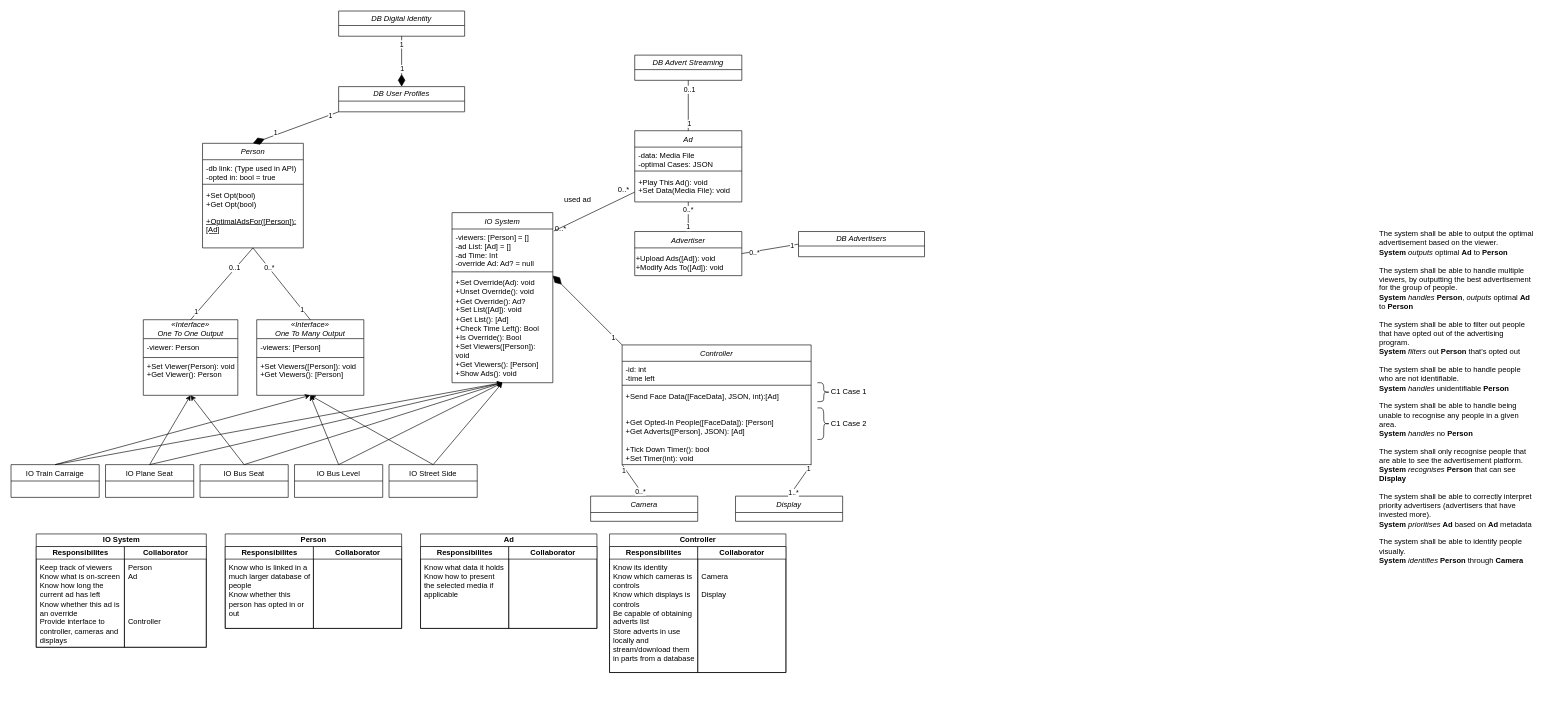
This is page "Page-1" (1 of 2) of class-diagram.drawio from pseud0n/sepp-diagrams, a draw.io file, before an edit. Source tidied: cells renumbered, new cells numbered last; positions are measured from the earlier drawing's top-left corner, leaving out a move shared by most shapes. Both pictures are drawn from the tidied source at 63%, with x=0, y=0 at pixel (11, 11).
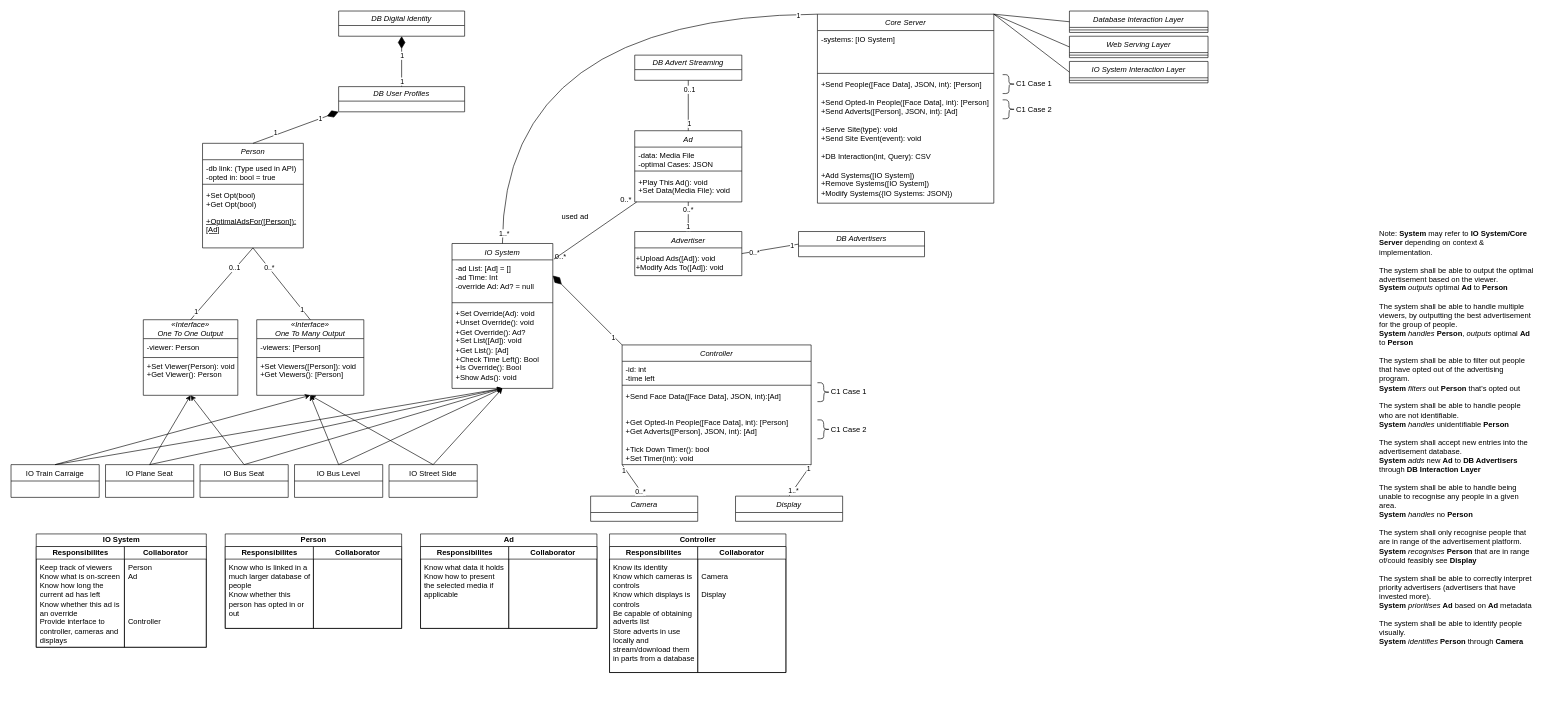
The same diagram, later.

Unchanged cells that the change refers to:
```xml
<mxCell id="14" value="Person" style="swimlane;fontStyle=2;align=center;verticalAlign=top;horizontal=1;startSize=26;rounded=0;shadow=0;strokeWidth=1;" parent="1" vertex="1">
  <mxGeometry x="304" y="210" width="160" height="166" as="geometry" />
</mxCell>
<mxCell id="57" value="Controller" style="swimlane;fontStyle=2;align=center;verticalAlign=top;horizontal=1;startSize=26;rounded=0;shadow=0;strokeWidth=1;" parent="1" vertex="1">
  <mxGeometry x="970" y="530" width="300" height="190" as="geometry" />
</mxCell>
<mxCell id="68" style="endArrow=none;html=1;rounded=0;startSize=17;sourcePerimeterSpacing=20;targetPerimeterSpacing=20;exitX=0.5;exitY=0;exitDx=0;exitDy=0;entryX=1;entryY=1;entryDx=0;entryDy=0;" parent="1" edge="1" source="62" target="57">
  <mxGeometry relative="1" as="geometry" />
</mxCell>
<mxCell id="88" value="&lt;i style=&quot;font-weight: normal;&quot;&gt;DB User Profiles&lt;/i&gt;" style="swimlane;whiteSpace=wrap;html=1;" parent="1" vertex="1">
  <mxGeometry x="520" y="120" width="200" height="40" as="geometry" />
</mxCell>
<mxCell id="89" value="&lt;i style=&quot;font-weight: normal;&quot;&gt;DB Digital Identity&lt;/i&gt;" style="swimlane;whiteSpace=wrap;html=1;" parent="1" vertex="1">
  <mxGeometry x="520" width="200" height="40" as="geometry" />
</mxCell>
```

The edit, as a diff of the source:
```diff
@@
     <mxCell id="2" value="IO System" style="swimlane;fontStyle=2;align=center;verticalAlign=top;horizontal=1;startSize=26;rounded=0;shadow=0;strokeWidth=1;" parent="1" vertex="1">
-      <mxGeometry x="700" y="320" width="160" height="270" as="geometry" />
+      <mxGeometry x="700" y="369" width="160" height="230" as="geometry" />
     </mxCell>
-    <mxCell id="3" value="-viewers: [Person] = []&#10;-ad List: [Ad] = []&#10;-ad Time: Int&#10;-override Ad: Ad? = null&#10;" style="text;align=left;verticalAlign=top;spacingLeft=4;spacingRight=4;overflow=hidden;" parent="2" vertex="1">
+    <mxCell id="3" value="-ad List: [Ad] = []&#10;-ad Time: Int&#10;-override Ad: Ad? = null&#10;" style="text;align=left;verticalAlign=top;spacingLeft=4;spacingRight=4;overflow=hidden;" parent="2" vertex="1">
       <mxGeometry y="26" width="160" height="64" as="geometry" />
     </mxCell>
@@
-    <mxCell id="5" value="+Set Override(Ad): void&lt;br&gt;&lt;div&gt;+Unset Override(): void&lt;/div&gt;&lt;div&gt;+Get Override(): Ad?&lt;br&gt;&lt;/div&gt;&lt;div&gt;+Set List([Ad]): void&lt;/div&gt;&lt;div&gt;+Get List(): [Ad]&lt;/div&gt;&lt;div&gt;+Check Time Left(): Bool&lt;/div&gt;&lt;div&gt;+Is Override(): Bool&lt;/div&gt;&lt;div&gt;&lt;div&gt;+Set Viewers([Person]): void&lt;/div&gt;+Get Viewers(): [Person]&lt;/div&gt;&lt;div&gt;+Show Ads(): void&lt;br&gt;&lt;/div&gt;" style="text;html=1;strokeColor=none;fillColor=none;align=left;verticalAlign=top;whiteSpace=wrap;rounded=0;spacingLeft=4;spacingRight=4;" parent="2" vertex="1">
-      <mxGeometry y="98" width="160" height="172" as="geometry" />
+    <mxCell id="5" value="+Set Override(Ad): void&lt;br&gt;&lt;div&gt;+Unset Override(): void&lt;/div&gt;&lt;div&gt;+Get Override(): Ad?&lt;br&gt;&lt;/div&gt;&lt;div&gt;+Set List([Ad]): void&lt;/div&gt;&lt;div&gt;+Get List(): [Ad]&lt;/div&gt;&lt;div&gt;+Check Time Left(): Bool&lt;/div&gt;&lt;div&gt;+Is Override(): Bool&lt;/div&gt;&lt;div&gt;+Show Ads(): void&lt;br&gt;&lt;/div&gt;" style="text;html=1;strokeColor=none;fillColor=none;align=left;verticalAlign=top;whiteSpace=wrap;rounded=0;spacingLeft=4;spacingRight=4;" parent="2" vertex="1">
+      <mxGeometry y="98" width="160" height="132" as="geometry" />
     </mxCell>
@@
-    <mxCell id="60" value="+Send Face Data([FaceData], JSON, int):[Ad]&#10;&#10;&#10;+Get Opted-In People([FaceData]): [Person]&#10;+Get Adverts([Person], JSON): [Ad]&#10;&#10;+Tick Down Timer(): bool&#10;+Set Timer(int): void&#10;" style="text;align=left;verticalAlign=top;spacingLeft=4;spacingRight=4;overflow=hidden;" parent="57" vertex="1">
+    <mxCell id="60" value="+Send Face Data([Face Data], JSON, int):[Ad]&#10;&#10;&#10;+Get Opted-In People([Face Data], int): [Person]&#10;+Get Adverts([Person], JSON, int): [Ad]&#10;&#10;+Tick Down Timer(): bool&#10;+Set Timer(int): void&#10;" style="text;align=left;verticalAlign=top;spacingLeft=4;spacingRight=4;overflow=hidden;" parent="57" vertex="1">
       <mxGeometry y="68" width="300" height="122" as="geometry" />
     </mxCell>
@@
     <mxCell id="70" value="1..*" style="edgeLabel;html=1;align=center;verticalAlign=middle;" parent="68" vertex="1">
-      <mxGeometry x="-0.74" y="-2" relative="1" as="geometry" />
+      <mxGeometry x="-0.74" y="-2" relative="1" as="geometry">
+        <mxPoint y="-3" as="offset" />
+      </mxGeometry>
     </mxCell>
@@
     <mxCell id="72" style="shape=curlyBracket;whiteSpace=wrap;html=1;rounded=1;flipH=1;labelPosition=right;verticalLabelPosition=middle;align=left;verticalAlign=middle;" parent="1" vertex="1">
-      <mxGeometry x="1280" y="630" width="20" height="50" as="geometry" />
+      <mxGeometry x="1280" y="649" width="20" height="30" as="geometry" />
     </mxCell>
@@
     <mxCell id="74" value="C1 Case 2" style="text;html=1;strokeColor=none;fillColor=none;align=center;verticalAlign=middle;whiteSpace=wrap;rounded=0;" parent="1" vertex="1">
-      <mxGeometry x="1300" y="640" width="60" height="30" as="geometry" />
+      <mxGeometry x="1300" y="649" width="60" height="30" as="geometry" />
     </mxCell>
@@
-    <mxCell id="86" value="The system shall be able to output the optimal advertisement based on the viewer.&lt;br&gt;&lt;b&gt;System&lt;/b&gt; &lt;i&gt;outputs&lt;/i&gt; optimal &lt;b&gt;Ad&lt;/b&gt; to &lt;b&gt;Person&lt;/b&gt;&lt;br&gt;&lt;br&gt;The system shall be able to handle multiple viewers, by outputting the best advertisement for the group of people.&lt;br&gt;&lt;b&gt;System&lt;/b&gt; &lt;i&gt;handles&lt;/i&gt; &lt;b&gt;Person&lt;/b&gt;, &lt;i&gt;outputs&lt;/i&gt; optimal &lt;b&gt;Ad&lt;/b&gt; to &lt;b&gt;Person&lt;/b&gt;&lt;br&gt;&lt;br&gt;The system shall be able to filter out people that have opted out of the advertising program.&lt;br&gt;&lt;b&gt;System&lt;/b&gt; &lt;i&gt;filters&lt;/i&gt; out &lt;b&gt;Person&lt;/b&gt; that's opted out&lt;br&gt;&lt;br&gt;The system shall be able to handle people who are not identifiable.&lt;br&gt;&lt;b&gt;System&lt;/b&gt; &lt;i&gt;handles&lt;/i&gt; unidentifiable &lt;b&gt;Person&lt;/b&gt;&lt;br&gt;&lt;br&gt;The system shall be able to handle being unable to recognise any people in a given area.&lt;br&gt;&lt;b&gt;System&lt;/b&gt; &lt;i&gt;handles&lt;/i&gt; no &lt;b&gt;Person&lt;/b&gt;&lt;br&gt;&lt;br&gt;The system shall only recognise people that are able to see the advertisement platform.&lt;br&gt;&lt;b&gt;System&lt;/b&gt; &lt;i&gt;recognises&lt;/i&gt; &lt;b&gt;Person&lt;/b&gt; that can see &lt;b&gt;Display&lt;/b&gt;&lt;br&gt;&lt;br&gt;The system shall be able to correctly interpret priority advertisers (advertisers that have invested more).&lt;br&gt;&lt;b&gt;System&lt;/b&gt; &lt;i&gt;prioritises&lt;/i&gt; &lt;b&gt;Ad&lt;/b&gt; based on &lt;b&gt;Ad&lt;/b&gt; metadata&lt;br&gt;&lt;br&gt;&lt;div&gt;The system shall be able to identify people visually.&lt;/div&gt;&lt;div&gt;&lt;b&gt;System &lt;/b&gt;&lt;i&gt;identifies &lt;/i&gt;&lt;b&gt;Person &lt;/b&gt;through &lt;b&gt;Camera&lt;/b&gt;&lt;br&gt;&lt;/div&gt;" style="text;html=1;strokeColor=none;fillColor=none;align=left;verticalAlign=top;whiteSpace=wrap;rounded=0;" parent="1" vertex="1">
+    <mxCell id="86" value="Note: &lt;b&gt;System&lt;/b&gt;&amp;nbsp;may refer to &lt;b&gt;IO System/Core Server &lt;/b&gt;depending on context &amp;amp; implementation.&lt;br&gt;&lt;br&gt;The system shall be able to output the optimal advertisement based on the viewer.&lt;br&gt;&lt;b&gt;System&lt;/b&gt; &lt;i&gt;outputs&lt;/i&gt; optimal &lt;b&gt;Ad&lt;/b&gt; to &lt;b&gt;Person&lt;/b&gt;&lt;br&gt;&lt;br&gt;The system shall be able to handle multiple viewers, by outputting the best advertisement for the group of people.&lt;br&gt;&lt;b&gt;System&lt;/b&gt; &lt;i&gt;handles&lt;/i&gt; &lt;b&gt;Person&lt;/b&gt;, &lt;i&gt;outputs&lt;/i&gt; optimal &lt;b&gt;Ad&lt;/b&gt; to &lt;b&gt;Person&lt;/b&gt;&lt;br&gt;&lt;br&gt;The system shall be able to filter out people that have opted out of the advertising program.&lt;br&gt;&lt;b&gt;System&lt;/b&gt; &lt;i&gt;filters&lt;/i&gt; out &lt;b&gt;Person&lt;/b&gt; that's opted out&lt;br&gt;&lt;br&gt;The system shall be able to handle people who are not identifiable.&lt;br&gt;&lt;b&gt;System&lt;/b&gt; &lt;i&gt;handles&lt;/i&gt; unidentifiable &lt;b&gt;Person&lt;/b&gt;&lt;br&gt;&lt;br&gt;The system shall accept new entries into the advertisement database.&lt;br&gt;&lt;b&gt;System &lt;/b&gt;&lt;i&gt;adds &lt;/i&gt;new &lt;b&gt;Ad&lt;/b&gt; to &lt;b&gt;DB Advertisers&lt;/b&gt; through &lt;b&gt;DB Interaction Layer&lt;/b&gt;&lt;br&gt;&lt;br&gt;The system shall be able to handle being unable to recognise any people in a given area.&lt;br&gt;&lt;b&gt;System&lt;/b&gt; &lt;i&gt;handles&lt;/i&gt; no &lt;b&gt;Person&lt;/b&gt;&lt;br&gt;&lt;br&gt;The system shall only recognise people that are in range of the advertisement platform.&lt;br&gt;&lt;b&gt;System&lt;/b&gt; &lt;i&gt;recognises&lt;/i&gt; &lt;b&gt;Person&lt;/b&gt; that are in range of/could feasibly see&amp;nbsp;&lt;b&gt;Display&lt;/b&gt;&lt;br&gt;&lt;br&gt;The system shall be able to correctly interpret priority advertisers (advertisers that have invested more).&lt;br&gt;&lt;b&gt;System&lt;/b&gt; &lt;i&gt;prioritises&lt;/i&gt; &lt;b&gt;Ad&lt;/b&gt; based on &lt;b&gt;Ad&lt;/b&gt; metadata&lt;br&gt;&lt;br&gt;&lt;div&gt;The system shall be able to identify people visually.&lt;/div&gt;&lt;div&gt;&lt;b&gt;System &lt;/b&gt;&lt;i&gt;identifies &lt;/i&gt;&lt;b&gt;Person &lt;/b&gt;through &lt;b&gt;Camera&lt;/b&gt;&lt;br&gt;&lt;/div&gt;" style="text;html=1;strokeColor=none;fillColor=none;align=left;verticalAlign=top;whiteSpace=wrap;rounded=0;" parent="1" vertex="1">
       <mxGeometry x="2170" y="340" width="250" height="740" as="geometry" />
     </mxCell>
@@
-    <mxCell id="90" style="endArrow=none;html=1;rounded=0;exitX=0.5;exitY=0;exitDx=0;exitDy=0;entryX=0;entryY=1;entryDx=0;entryDy=0;startArrow=diamondThin;startFill=1;startSize=17;" parent="1" edge="1" source="14" target="88">
+    <mxCell id="90" style="endArrow=diamondThin;html=1;rounded=0;exitX=0.5;exitY=0;exitDx=0;exitDy=0;entryX=0;entryY=1;entryDx=0;entryDy=0;startArrow=none;startFill=0;startSize=0;endSize=17;endFill=1;" parent="1" edge="1" source="14" target="88">
       <mxGeometry relative="1" as="geometry" />
     </mxCell>
@@
     <mxCell id="92" value="1" style="edgeLabel;html=1;align=center;verticalAlign=middle;" parent="90" vertex="1">
       <mxGeometry x="0.78" y="-3" relative="1" as="geometry">
-        <mxPoint y="-2" as="offset" />
+        <mxPoint x="-16" y="2" as="offset" />
       </mxGeometry>
     </mxCell>
-    <mxCell id="93" style="endArrow=none;html=1;rounded=0;exitX=0.5;exitY=0;exitDx=0;exitDy=0;entryX=0.5;entryY=1;entryDx=0;entryDy=0;startArrow=diamondThin;startFill=1;targetPerimeterSpacing=0;sourcePerimeterSpacing=0;startSize=17;" parent="1" edge="1" source="88" target="89">
+    <mxCell id="93" style="endArrow=diamondThin;html=1;rounded=0;exitX=0.5;exitY=0;exitDx=0;exitDy=0;entryX=0.5;entryY=1;entryDx=0;entryDy=0;startArrow=none;startFill=0;targetPerimeterSpacing=0;sourcePerimeterSpacing=0;startSize=17;endFill=1;endSize=17;" parent="1" edge="1" source="88" target="89">
       <mxGeometry relative="1" as="geometry" />
     </mxCell>
     <mxCell id="94" value="1" style="edgeLabel;html=1;align=center;verticalAlign=middle;" parent="93" vertex="1">
       <mxGeometry x="-0.69" y="1" relative="1" as="geometry">
-        <mxPoint x="1" y="-17" as="offset" />
+        <mxPoint x="1" y="3" as="offset" />
       </mxGeometry>
     </mxCell>
     <mxCell id="95" value="1" style="edgeLabel;html=1;align=center;verticalAlign=middle;" parent="93" vertex="1">
-      <mxGeometry x="0.7" y="1" relative="1" as="geometry" />
+      <mxGeometry x="0.7" y="1" relative="1" as="geometry">
+        <mxPoint x="1" y="18" as="offset" />
+      </mxGeometry>
     </mxCell>
@@
+    <mxCell id="108" value="Core Server" style="swimlane;fontStyle=2;align=center;verticalAlign=top;horizontal=1;startSize=26;rounded=0;shadow=0;strokeWidth=1;" parent="1" vertex="1">
+      <mxGeometry x="1280" y="5" width="280" height="300" as="geometry" />
+    </mxCell>
+    <mxCell id="109" value="-systems: [IO System]" style="text;align=left;verticalAlign=top;spacingLeft=4;spacingRight=4;overflow=hidden;" parent="108" vertex="1">
+      <mxGeometry y="26" width="280" height="64" as="geometry" />
+    </mxCell>
+    <mxCell id="110" style="line;html=1;strokeWidth=1;align=left;verticalAlign=middle;spacingTop=-1;spacingLeft=3;spacingRight=3;labelPosition=right;" parent="108" vertex="1">
+      <mxGeometry y="90" width="280" height="8" as="geometry" />
+    </mxCell>
+    <mxCell id="111" value="+Send People([Face Data], JSON, int): [Person]&lt;br&gt;&lt;br&gt;&lt;span style=&quot;&quot;&gt;+Send Opted-In People([Face Data], int): [Person]&lt;/span&gt;&lt;br style=&quot;padding: 0px; margin: 0px;&quot;&gt;&lt;span style=&quot;&quot;&gt;+Send Adverts([Person], JSON, int): [Ad]&lt;br&gt;&lt;br&gt;&lt;/span&gt;+Serve Site(type): void&lt;br&gt;&lt;span style=&quot;&quot;&gt;+Send Site Event(event): void&lt;br&gt;&lt;br&gt;+DB Interaction(int, Query): CSV&lt;br&gt;&lt;br&gt;+Add Systems([IO System])&lt;br&gt;+Remove Systems([IO System])&lt;br&gt;+Modify Systems({IO Systems: JSON})&lt;br&gt;&lt;/span&gt;" style="text;html=1;strokeColor=none;fillColor=none;align=left;verticalAlign=top;whiteSpace=wrap;rounded=0;spacingLeft=4;spacingRight=4;" parent="108" vertex="1">
+      <mxGeometry y="98" width="280" height="202" as="geometry" />
+    </mxCell>
+    <mxCell id="112" value="Web Serving Layer" style="swimlane;fontStyle=2;align=center;verticalAlign=top;horizontal=1;startSize=26;rounded=0;shadow=0;strokeWidth=1;" parent="1" vertex="1">
+      <mxGeometry x="1680" y="40" width="220" height="34" as="geometry" />
+    </mxCell>
+    <mxCell id="113" style="line;html=1;strokeWidth=1;align=left;verticalAlign=middle;spacingTop=-1;spacingLeft=3;spacingRight=3;labelPosition=right;" parent="112" vertex="1">
+      <mxGeometry y="26" width="220" height="8" as="geometry" />
+    </mxCell>
+    <mxCell id="114" value="Database Interaction Layer" style="swimlane;fontStyle=2;align=center;verticalAlign=top;horizontal=1;startSize=26;rounded=0;shadow=0;strokeWidth=1;" parent="1" vertex="1">
+      <mxGeometry x="1680" width="220" height="34" as="geometry" />
+    </mxCell>
+    <mxCell id="115" style="line;html=1;strokeWidth=1;align=left;verticalAlign=middle;spacingTop=-1;spacingLeft=3;spacingRight=3;labelPosition=right;" parent="114" vertex="1">
+      <mxGeometry y="26" width="220" height="8" as="geometry" />
+    </mxCell>
+    <mxCell id="116" value="IO System Interaction Layer" style="swimlane;fontStyle=2;align=center;verticalAlign=top;horizontal=1;startSize=26;rounded=0;shadow=0;strokeWidth=1;" parent="1" vertex="1">
+      <mxGeometry x="1680" y="80" width="220" height="34" as="geometry" />
+    </mxCell>
+    <mxCell id="117" style="line;html=1;strokeWidth=1;align=left;verticalAlign=middle;spacingTop=-1;spacingLeft=3;spacingRight=3;labelPosition=right;" parent="116" vertex="1">
+      <mxGeometry y="26" width="220" height="8" as="geometry" />
+    </mxCell>
+    <mxCell id="118" style="endArrow=none;html=1;rounded=0;startSize=0;endSize=17;exitX=0;exitY=0.5;exitDx=0;exitDy=0;entryX=1;entryY=0;entryDx=0;entryDy=0;" parent="1" edge="1" source="114" target="108">
+      <mxGeometry relative="1" as="geometry" />
+    </mxCell>
+    <mxCell id="119" style="endArrow=none;html=1;rounded=0;startSize=0;endSize=17;exitX=1;exitY=0;exitDx=0;exitDy=0;entryX=0;entryY=0.5;entryDx=0;entryDy=0;" parent="1" edge="1" source="108" target="112">
+      <mxGeometry relative="1" as="geometry" />
+    </mxCell>
+    <mxCell id="120" style="endArrow=none;html=1;rounded=0;startSize=0;endSize=17;exitX=1;exitY=0;exitDx=0;exitDy=0;entryX=0;entryY=0.5;entryDx=0;entryDy=0;" parent="1" edge="1" source="108" target="116">
+      <mxGeometry relative="1" as="geometry" />
+    </mxCell>
+    <mxCell id="121" style="shape=curlyBracket;whiteSpace=wrap;html=1;rounded=1;flipH=1;labelPosition=right;verticalLabelPosition=middle;align=left;verticalAlign=middle;" parent="1" vertex="1">
+      <mxGeometry x="1574" y="101" width="20" height="30" as="geometry" />
+    </mxCell>
+    <mxCell id="122" style="shape=curlyBracket;whiteSpace=wrap;html=1;rounded=1;flipH=1;labelPosition=right;verticalLabelPosition=middle;align=left;verticalAlign=middle;" parent="1" vertex="1">
+      <mxGeometry x="1574" y="141" width="20" height="30" as="geometry" />
+    </mxCell>
+    <mxCell id="123" value="C1 Case 1" style="text;html=1;strokeColor=none;fillColor=none;align=center;verticalAlign=middle;whiteSpace=wrap;rounded=0;" parent="1" vertex="1">
+      <mxGeometry x="1594" y="101" width="60" height="30" as="geometry" />
+    </mxCell>
+    <mxCell id="124" value="C1 Case 2" style="text;html=1;strokeColor=none;fillColor=none;align=center;verticalAlign=middle;whiteSpace=wrap;rounded=0;" parent="1" vertex="1">
+      <mxGeometry x="1594" y="141" width="60" height="30" as="geometry" />
+    </mxCell>
+    <mxCell id="125" style="endArrow=none;html=1;startSize=0;endSize=17;entryX=0;entryY=0;entryDx=0;entryDy=0;exitX=0.5;exitY=0;exitDx=0;exitDy=0;curved=1;" parent="1" edge="1" source="2" target="108">
+      <mxGeometry relative="1" as="geometry">
+        <Array as="points">
+          <mxPoint x="780" y="9" />
+        </Array>
+      </mxGeometry>
+    </mxCell>
+    <mxCell id="126" value="1" style="edgeLabel;html=1;align=center;verticalAlign=middle;" parent="125" vertex="1">
+      <mxGeometry x="0.93" y="-1" relative="1" as="geometry" />
+    </mxCell>
+    <mxCell id="127" value="1..*" style="edgeLabel;html=1;align=center;verticalAlign=middle;" parent="125" vertex="1">
+      <mxGeometry x="-0.96" y="-2" relative="1" as="geometry" />
+    </mxCell>
```
